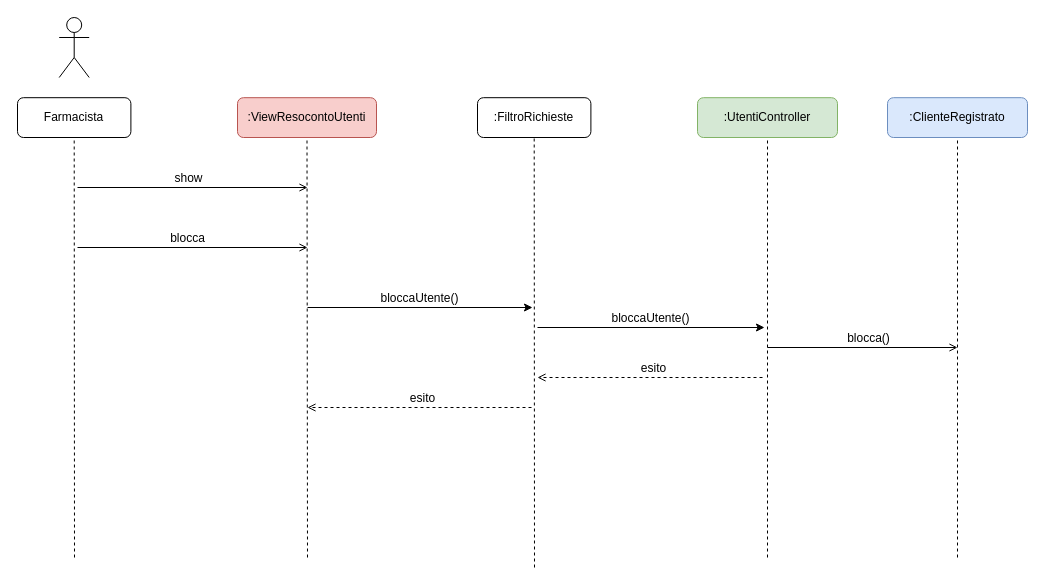
This is page "SospensioneUtenza" (6 of 6) of drawio/ArchitetturaLogicaProgettazione.drawio from lnwor/farmabyte-doc, a draw.io file, before an edit. Source tidied: cells renumbered, new cells numbered last; positions are measured from the earlier drawing's top-left corner, leaving out a move shared by most shapes. Both pictures are drawn from the tidied source at 100%, with x=0, y=0 at pixel (17, 17).
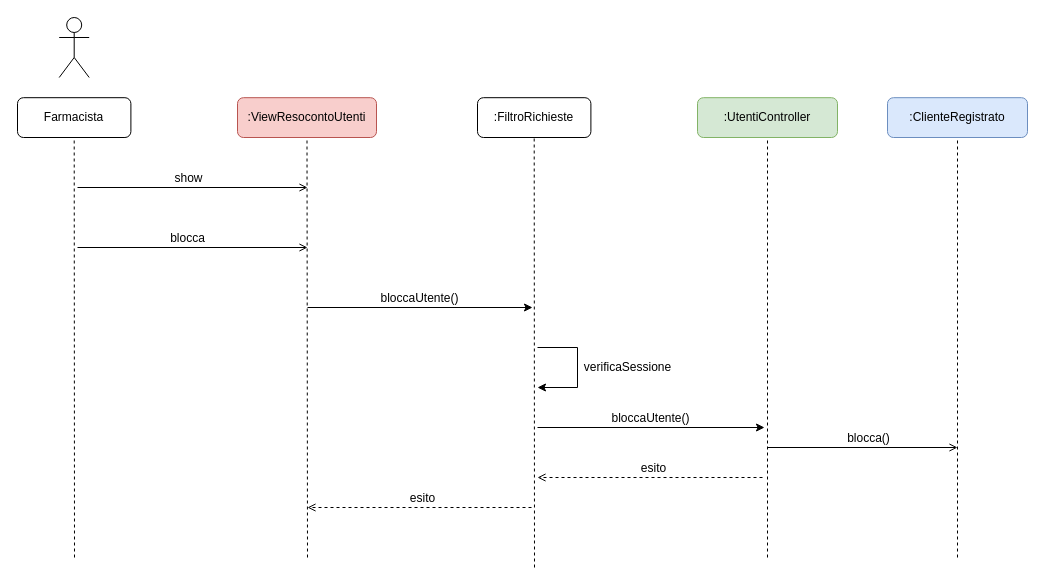
The same diagram, later.

Change to the diagram source:
```diff
@@
     <mxCell id="17" style="endArrow=open;html=1;fontSize=12;endFill=0;" parent="1" edge="1">
       <mxGeometry relative="1" as="geometry">
-        <mxPoint x="750" y="330" as="sourcePoint" />
-        <mxPoint x="940" y="330" as="targetPoint" />
+        <mxPoint x="750" y="430" as="sourcePoint" />
+        <mxPoint x="940" y="430" as="targetPoint" />
       </mxGeometry>
     </mxCell>
@@
     <mxCell id="19" style="endArrow=open;html=1;fontSize=12;dashed=1;endFill=0;" parent="1" edge="1">
       <mxGeometry relative="1" as="geometry">
-        <mxPoint x="514" y="390" as="sourcePoint" />
-        <mxPoint x="290" y="390" as="targetPoint" />
+        <mxPoint x="514" y="490" as="sourcePoint" />
+        <mxPoint x="290" y="490" as="targetPoint" />
       </mxGeometry>
     </mxCell>
@@
     <mxCell id="23" style="endArrow=classic;html=1;fontSize=12;" parent="1" edge="1">
       <mxGeometry relative="1" as="geometry">
-        <mxPoint x="520" y="310" as="sourcePoint" />
-        <mxPoint x="747" y="310" as="targetPoint" />
+        <mxPoint x="520" y="410" as="sourcePoint" />
+        <mxPoint x="747" y="410" as="targetPoint" />
       </mxGeometry>
     </mxCell>
@@
     <mxCell id="25" style="endArrow=open;html=1;fontSize=12;dashed=1;endFill=0;" parent="1" edge="1">
       <mxGeometry relative="1" as="geometry">
-        <mxPoint x="745" y="360" as="sourcePoint" />
-        <mxPoint x="520" y="360" as="targetPoint" />
+        <mxPoint x="745" y="460" as="sourcePoint" />
+        <mxPoint x="520" y="460" as="targetPoint" />
       </mxGeometry>
     </mxCell>
@@
+    <mxCell id="27" value="verificaSessione" style="text;html=1;align=center;verticalAlign=middle;strokeColor=none;" parent="1" vertex="1">
+      <mxGeometry x="560" y="340" width="100" height="20" as="geometry" />
+    </mxCell>
+    <mxCell id="28" style="endArrow=classic;html=1;rounded=0;" parent="1" edge="1">
+      <mxGeometry relative="1" as="geometry">
+        <mxPoint x="520" y="330" as="sourcePoint" />
+        <mxPoint x="520" y="370" as="targetPoint" />
+        <Array as="points">
+          <mxPoint x="560" y="330" />
+          <mxPoint x="560" y="370" />
+        </Array>
+      </mxGeometry>
+    </mxCell>
```
